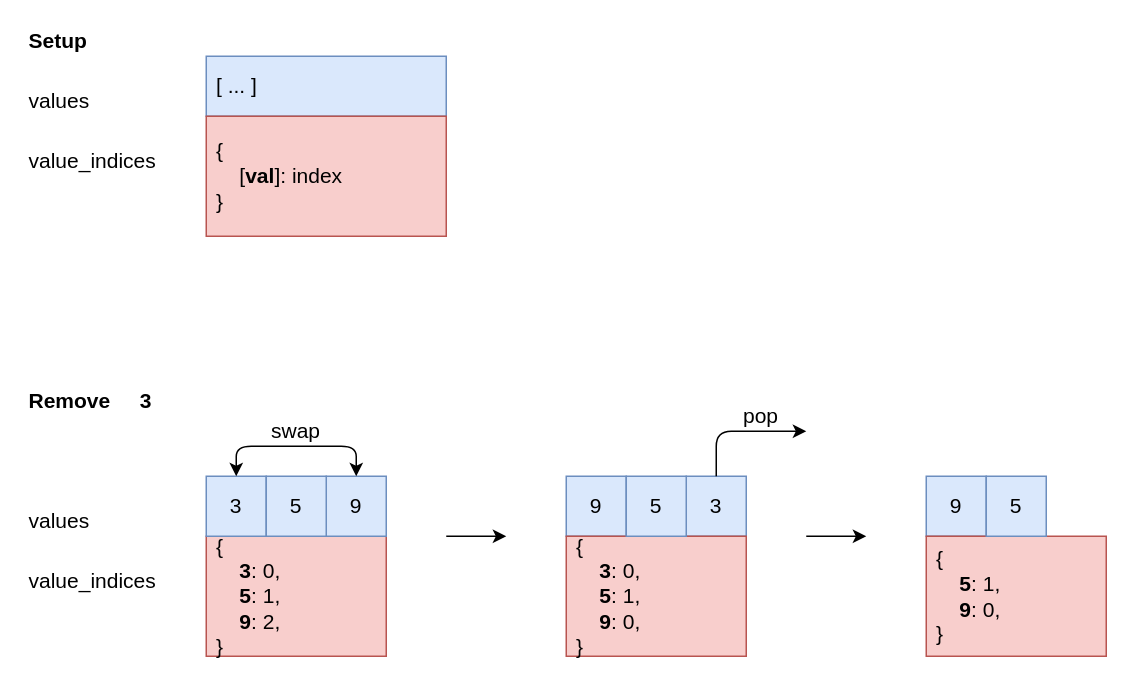
Above: 0380-insert-delete-getrandom-o1.drawio in moredrowsy/leetcode (draw.io), before the change. Source tidied: cells renumbered, new cells numbered last; positions are measured from the earlier drawing's top-left corner, leaving out a move shared by most shapes. Both pictures are drawn from the tidied source at 150%, with x=0, y=0 at pixel (26, 26).
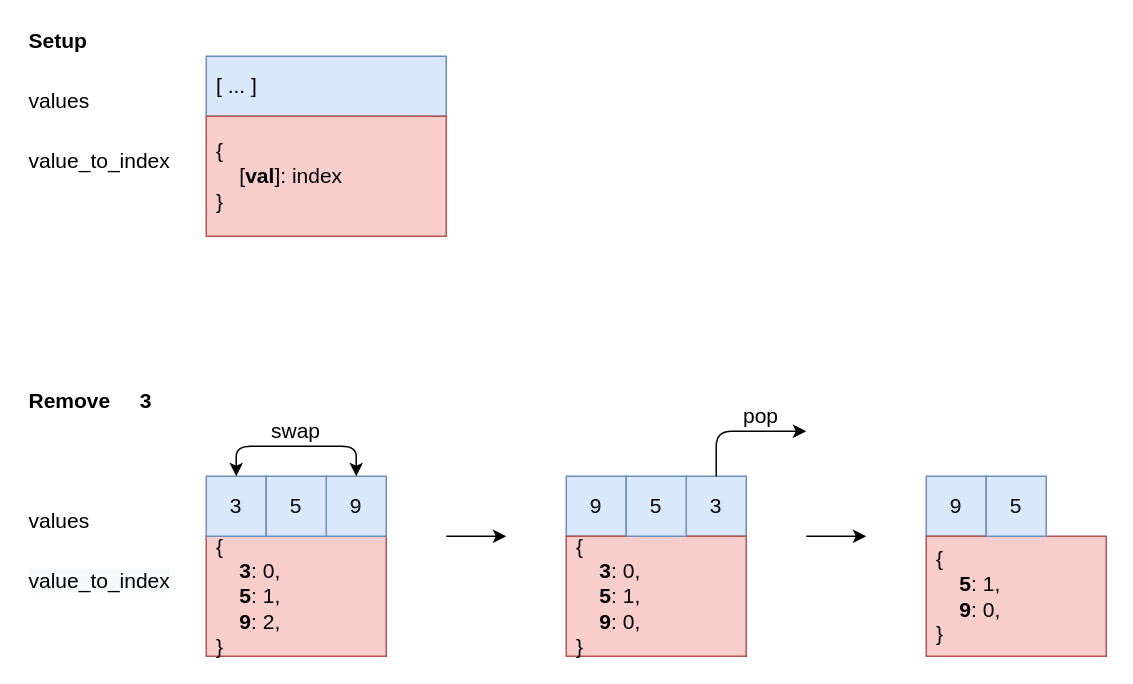
After the change.

What changed in the source:
```diff
@@
-    <mxCell id="3" value="value_indices" style="text;html=1;strokeColor=none;fillColor=none;align=left;verticalAlign=middle;whiteSpace=wrap;rounded=0;fontSize=14;" parent="1" vertex="1">
+    <mxCell id="3" value="value_to_index" style="text;html=1;strokeColor=none;fillColor=none;align=left;verticalAlign=middle;whiteSpace=wrap;rounded=0;fontSize=14;" parent="1" vertex="1">
       <mxGeometry y="80" width="120" height="20" as="geometry" />
     </mxCell>
@@
-    <mxCell id="9" value="value_indices" style="text;html=1;strokeColor=none;fillColor=none;align=left;verticalAlign=middle;whiteSpace=wrap;rounded=0;fontSize=14;" parent="1" vertex="1">
+    <mxCell id="9" value="&lt;span style=&quot;color: rgb(0, 0, 0); font-family: helvetica; font-size: 14px; font-style: normal; font-weight: 400; letter-spacing: normal; text-align: left; text-indent: 0px; text-transform: none; word-spacing: 0px; background-color: rgb(248, 249, 250); display: inline; float: none;&quot;&gt;value_to_index&lt;/span&gt;" style="text;html=1;strokeColor=none;fillColor=none;align=left;verticalAlign=middle;whiteSpace=wrap;rounded=0;fontSize=14;" parent="1" vertex="1">
       <mxGeometry y="360" width="120" height="20" as="geometry" />
     </mxCell>
```
